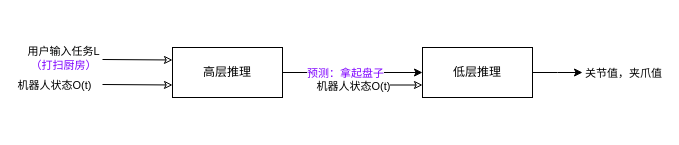
The draw.io diagram LLM/π0.5-a Vision-Language-Action Model with Open-World Generalization.drawio in mailonghua/drawio, before the edit. Source tidied: cells renumbered, new cells numbered last; positions are measured from the earlier drawing's top-left corner, leaving out a move shared by most shapes. Both pictures are drawn from the tidied source at 100%, with x=0, y=0 at pixel (102, 47).
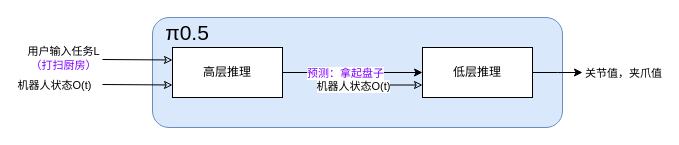
The same diagram, later.

Diff of the diagram source:
```diff
@@
+    <mxCell id="14" style="rounded=1;whiteSpace=wrap;html=1;fillColor=#dae8fc;strokeColor=#6c8ebf;" parent="1" vertex="1">
+      <mxGeometry x="50" y="-30" width="410" height="110" as="geometry" />
+    </mxCell>
@@
+    <mxCell id="15" value="π0.5" style="text;strokeColor=none;align=center;fillColor=none;html=1;verticalAlign=middle;whiteSpace=wrap;rounded=0;fontSize=21;" parent="1" vertex="1">
+      <mxGeometry x="70" y="-20" width="30" height="10" as="geometry" />
+    </mxCell>
```
